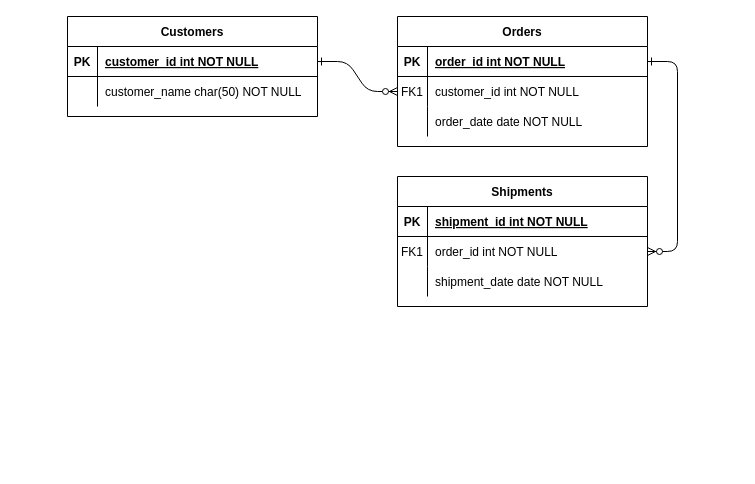
This is Untitled Diagram.drawio from xmr-p/DatabaseCharts, a draw.io file, before an edit. Source tidied: cells renumbered, new cells numbered last; positions are measured from the earlier drawing's top-left corner, leaving out a move shared by most shapes. Both pictures are drawn from the tidied source at 100%, with x=0, y=0 at pixel (67, 16).
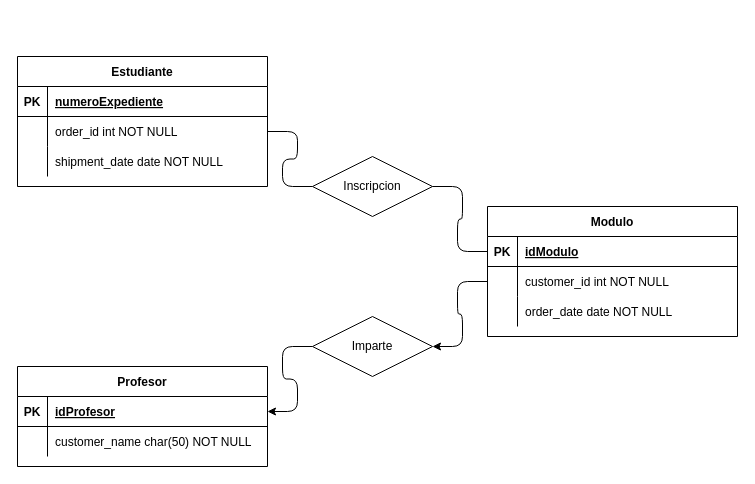
After the change.

Unchanged cells that the change refers to:
```xml
<mxCell id="5" style="shape=partialRectangle;fillColor=none;points=[[0,0.5],[1,0.5]];portConstraint=eastwest;top=0;left=0;right=0;bottom=1;" parent="4" vertex="1">
  <mxGeometry y="30" width="250" height="30" as="geometry" />
</mxCell>
<mxCell id="8" style="shape=partialRectangle;fillColor=none;points=[[0,0.5],[1,0.5]];portConstraint=eastwest;top=0;left=0;right=0;bottom=0;" parent="4" vertex="1">
  <mxGeometry y="60" width="250" height="30" as="geometry" />
</mxCell>
<mxCell id="15" style="shape=partialRectangle;fillColor=none;top=0;left=0;right=0;bottom=1;" parent="14" vertex="1">
  <mxGeometry y="30" width="250" height="30" as="geometry" />
</mxCell>
<mxCell id="18" style="shape=partialRectangle;fillColor=none;points=[[0,0.5],[1,0.5]];portConstraint=eastwest;top=0;left=0;right=0;bottom=0;" parent="14" vertex="1">
  <mxGeometry y="60" width="250" height="30" as="geometry" />
</mxCell>
<mxCell id="25" style="shape=partialRectangle;fillColor=none;points=[[0,0.5],[1,0.5]];portConstraint=eastwest;top=0;left=0;right=0;bottom=1;" parent="24" vertex="1">
  <mxGeometry y="30" width="250" height="30" as="geometry" />
</mxCell>
```

What changed in the source:
```diff
@@
-    <mxCell id="2" style="edgeStyle=entityRelationEdgeStyle;endArrow=ERzeroToMany;startArrow=ERone;endFill=1;startFill=0;" parent="1" edge="1" source="25" target="8">
+    <mxCell id="2" style="edgeStyle=entityRelationEdgeStyle;endArrow=none;startArrow=classic;endFill=0;startFill=1;" parent="1" edge="1" source="34" target="8">
       <mxGeometry relative="1" as="geometry" />
     </mxCell>
-    <mxCell id="3" style="edgeStyle=entityRelationEdgeStyle;endArrow=ERzeroToMany;startArrow=ERone;endFill=1;startFill=0;" parent="1" edge="1" source="5" target="18">
+    <mxCell id="3" style="edgeStyle=entityRelationEdgeStyle;endArrow=none;startArrow=none;endFill=0;startFill=0;" parent="1" edge="1" source="32" target="18">
       <mxGeometry relative="1" as="geometry" />
     </mxCell>
-    <mxCell id="4" value="Orders" style="shape=table;startSize=30;childLayout=tableLayout;rowLines=0;fontStyle=1;align=center;" parent="1" vertex="1">
-      <mxGeometry x="330" width="250" height="130" as="geometry" />
+    <mxCell id="4" value="Modulo" style="shape=table;startSize=30;childLayout=tableLayout;rowLines=0;fontStyle=1;align=center;" parent="1" vertex="1">
+      <mxGeometry x="420" y="190" width="250" height="130" as="geometry" />
     </mxCell>
@@
-    <mxCell id="7" value="order_id int NOT NULL " style="shape=partialRectangle;overflow=hidden;fillColor=none;top=0;left=0;bottom=0;right=0;align=left;spacingLeft=6;fontStyle=5;" parent="5" vertex="1">
+    <mxCell id="7" value="idModulo" style="shape=partialRectangle;overflow=hidden;fillColor=none;top=0;left=0;bottom=0;right=0;align=left;spacingLeft=6;fontStyle=5;" parent="5" vertex="1">
       <mxGeometry x="30" width="220" height="30" as="geometry" />
     </mxCell>
@@
-    <mxCell id="9" value="FK1" style="shape=partialRectangle;overflow=hidden;fillColor=none;top=0;left=0;bottom=0;right=0;" parent="8" vertex="1">
+    <mxCell id="9" style="shape=partialRectangle;overflow=hidden;fillColor=none;top=0;left=0;bottom=0;right=0;" parent="8" vertex="1">
       <mxGeometry width="30" height="30" as="geometry" />
     </mxCell>
@@
-    <mxCell id="14" value="Shipments" style="shape=table;startSize=30;childLayout=tableLayout;rowLines=0;fontStyle=1;align=center;" parent="1" vertex="1">
-      <mxGeometry x="330" y="160" width="250" height="130" as="geometry" />
+    <mxCell id="14" value="Estudiante" style="shape=table;startSize=30;childLayout=tableLayout;rowLines=0;fontStyle=1;align=center;" parent="1" vertex="1">
+      <mxGeometry x="-50" y="40" width="250" height="130" as="geometry" />
     </mxCell>
@@
-    <mxCell id="17" value="shipment_id int NOT NULL " style="shape=partialRectangle;overflow=hidden;fillColor=none;top=0;left=0;bottom=0;right=0;align=left;spacingLeft=6;fontStyle=5;" parent="15" vertex="1">
+    <mxCell id="17" value="numeroExpediente" style="shape=partialRectangle;overflow=hidden;fillColor=none;top=0;left=0;bottom=0;right=0;align=left;spacingLeft=6;fontStyle=5;" parent="15" vertex="1">
       <mxGeometry x="30" width="220" height="30" as="geometry" />
     </mxCell>
@@
-    <mxCell id="19" value="FK1" style="shape=partialRectangle;overflow=hidden;fillColor=none;top=0;left=0;bottom=0;right=0;" parent="18" vertex="1">
+    <mxCell id="19" style="shape=partialRectangle;overflow=hidden;fillColor=none;top=0;left=0;bottom=0;right=0;" parent="18" vertex="1">
       <mxGeometry width="30" height="30" as="geometry" />
     </mxCell>
@@
-    <mxCell id="24" value="Customers" style="shape=table;startSize=30;childLayout=tableLayout;rowLines=0;fontStyle=1;align=center;" parent="1" vertex="1">
-      <mxGeometry width="250" height="100" as="geometry" />
+    <mxCell id="24" value="Profesor" style="shape=table;startSize=30;childLayout=tableLayout;rowLines=0;fontStyle=1;align=center;" parent="1" vertex="1">
+      <mxGeometry x="-50" y="350" width="250" height="100" as="geometry" />
     </mxCell>
@@
-    <mxCell id="27" value="customer_id int NOT NULL " style="shape=partialRectangle;overflow=hidden;fillColor=none;top=0;left=0;bottom=0;right=0;align=left;spacingLeft=6;fontStyle=5;" parent="25" vertex="1">
+    <mxCell id="27" value="idProfesor" style="shape=partialRectangle;overflow=hidden;fillColor=none;top=0;left=0;bottom=0;right=0;align=left;spacingLeft=6;fontStyle=5;" parent="25" vertex="1">
       <mxGeometry x="30" width="220" height="30" as="geometry" />
     </mxCell>
@@
+    <mxCell id="31" style="edgeStyle=entityRelationEdgeStyle;endArrow=none;startArrow=none;endFill=0;startFill=0;" parent="1" edge="1" source="5" target="32">
+      <mxGeometry relative="1" as="geometry" />
+    </mxCell>
+    <mxCell id="32" value="Inscripcion" style="shape=rhombus;perimeter=rhombusPerimeter;whiteSpace=wrap;html=1;align=center;" parent="1" vertex="1">
+      <mxGeometry x="245" y="140" width="120" height="60" as="geometry" />
+    </mxCell>
+    <mxCell id="33" style="edgeStyle=entityRelationEdgeStyle;endArrow=none;startArrow=classic;endFill=0;startFill=1;" parent="1" edge="1" source="25" target="34">
+      <mxGeometry relative="1" as="geometry" />
+    </mxCell>
+    <mxCell id="34" value="Imparte" style="shape=rhombus;perimeter=rhombusPerimeter;whiteSpace=wrap;html=1;align=center;" parent="1" vertex="1">
+      <mxGeometry x="245" y="300" width="120" height="60" as="geometry" />
+    </mxCell>
```
